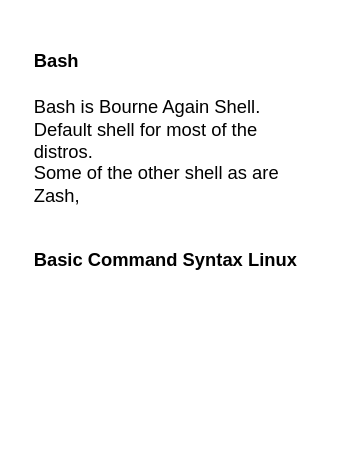
Above: Untitled Diagram.drawio.xml in dirtyop/Cheat_sheats (draw.io), before the change. Source tidied: cells renumbered, new cells numbered last; positions are measured from the earlier drawing's top-left corner, leaving out a move shared by most shapes. Both pictures are drawn from the tidied source at 153%, with x=0, y=0 at pixel (26, 41).
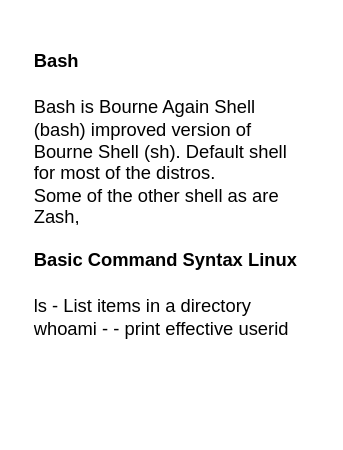
The same page after the edit.

The edit, as a diff of the source:
```diff
@@
 <mxGraphModel>
   <root>
     <mxCell id="0" />
     <mxCell id="1" parent="0" />
-    <mxCell id="2" value="&lt;h4&gt;Bash&lt;/h4&gt;&lt;div&gt;Bash is Bourne Again Shell. Default shell for most of the distros.&lt;/div&gt;&lt;div&gt;Some of the other shell as are Zash,&amp;nbsp;&lt;/div&gt;" style="text;html=1;strokeColor=none;fillColor=none;spacing=5;spacingTop=-20;whiteSpace=wrap;overflow=hidden;rounded=0;" parent="1" vertex="1">
+    <mxCell id="2" value="&lt;h4&gt;Bash&lt;/h4&gt;&lt;div&gt;Bash is Bourne Again Shell (bash) improved version of Bourne Shell (sh). Default shell for most of the distros.&lt;/div&gt;&lt;div&gt;Some of the other shell as are Zash,&amp;nbsp;&lt;/div&gt;" style="text;html=1;strokeColor=none;fillColor=none;spacing=5;spacingTop=-20;whiteSpace=wrap;overflow=hidden;rounded=0;" parent="1" vertex="1">
       <mxGeometry width="190" height="120" as="geometry" />
     </mxCell>
-    <mxCell id="3" value="&lt;h4&gt;Basic Command Syntax Linux&lt;/h4&gt;&lt;div&gt;&lt;br&gt;&lt;/div&gt;" style="text;html=1;strokeColor=none;fillColor=none;spacing=5;spacingTop=-20;whiteSpace=wrap;overflow=hidden;rounded=0;" parent="1" vertex="1">
+    <mxCell id="3" value="&lt;h4&gt;Basic Command Syntax Linux&lt;/h4&gt;&lt;div&gt;ls - List items in a directory&lt;/div&gt;&lt;div&gt;whoami - - print effective userid&lt;/div&gt;&lt;div&gt;&lt;br&gt;&lt;/div&gt;" style="text;html=1;strokeColor=none;fillColor=none;spacing=5;spacingTop=-20;whiteSpace=wrap;overflow=hidden;rounded=0;" parent="1" vertex="1">
       <mxGeometry y="130" width="190" height="120" as="geometry" />
     </mxCell>
   </root>
 </mxGraphModel>
```
